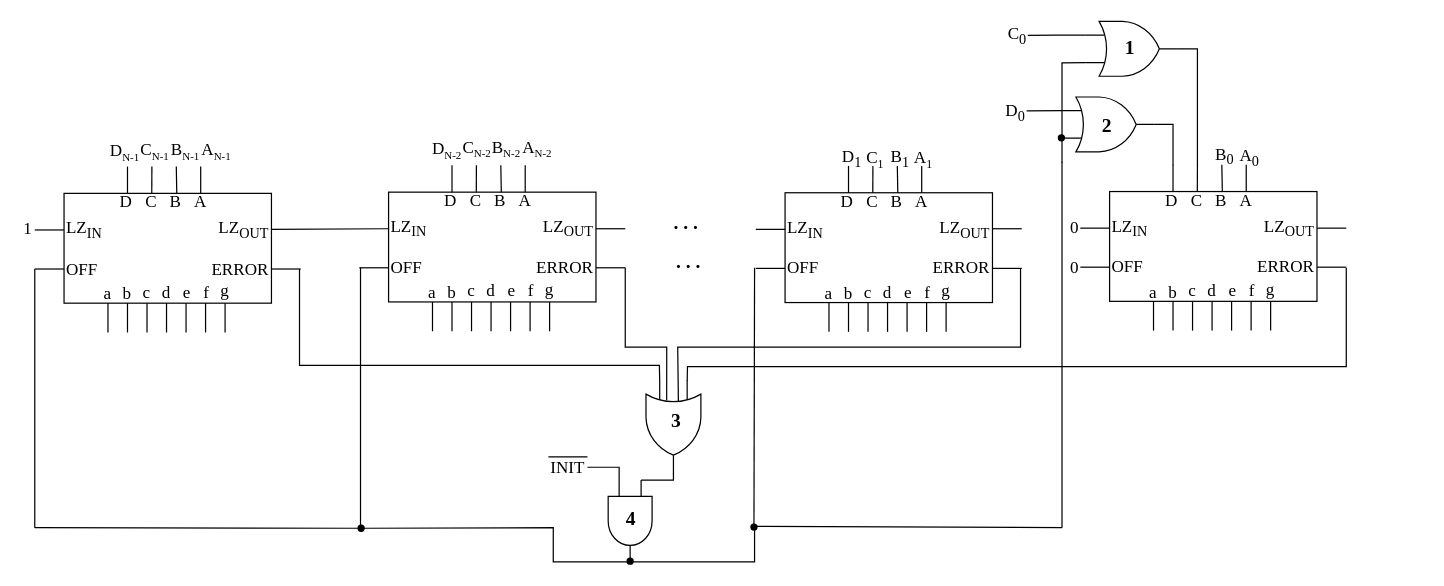
This is vezbe/02/Images/Zadatak_4/Zadatak_4c_4Digits.drawio from pznikola/digitalna_elektronika_1, a draw.io file, before an edit. Source tidied: cells renumbered, new cells numbered last; positions are measured from the earlier drawing's top-left corner, leaving out a move shared by most shapes. Both pictures are drawn from the tidied source at 122%, with x=0, y=0 at pixel (21, 21).
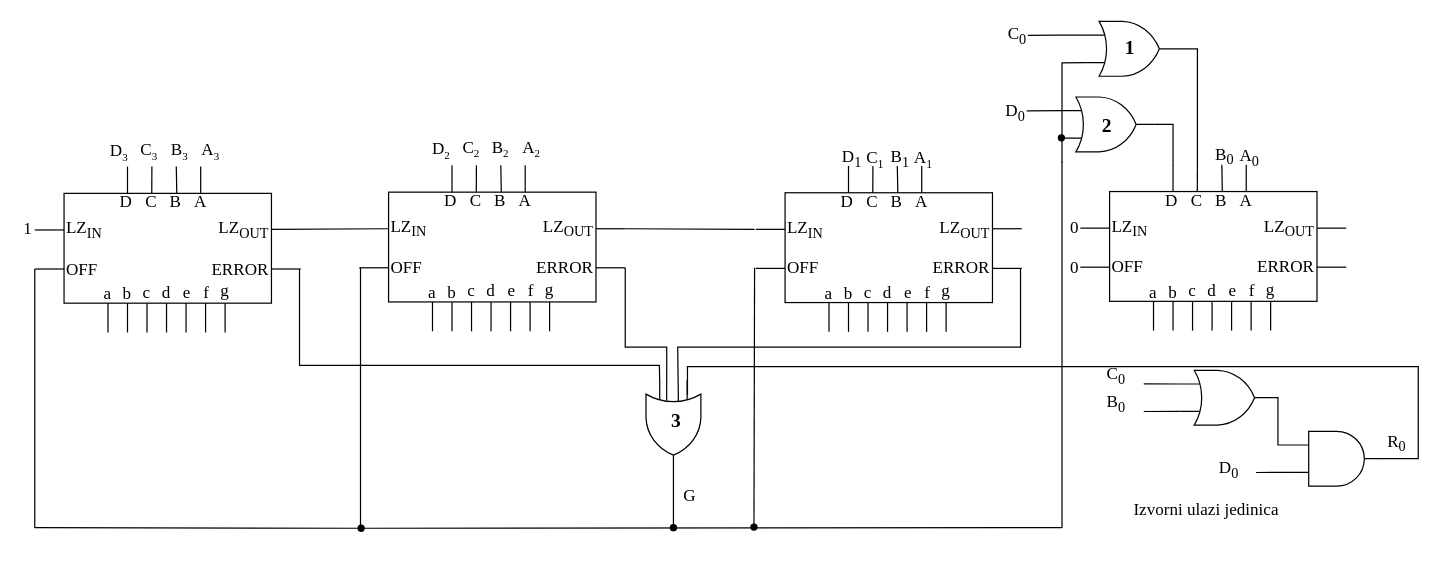
Above is the later version.

The change refers to these unchanged cells:
```xml
<mxCell id="101" style="verticalLabelPosition=bottom;shadow=0;dashed=0;align=center;html=1;verticalAlign=top;shape=mxgraph.electrical.logic_gates.logic_gate;operation=or;fontFamily=Times New Roman;fontSize=16;direction=south;points=[[0,0.5,0,0,0],[0.24,0,0,0,0],[0.51,1,0,0,0],[0.76,0,0,0,0]];" parent="1" vertex="1">
  <mxGeometry x="512" y="294" width="45" height="77" as="geometry" />
</mxCell>
<mxCell id="142" style="ellipse;whiteSpace=wrap;html=1;fillColor=#000000;" parent="1" vertex="1">
  <mxGeometry x="276" y="413" width="5" height="5" as="geometry" />
</mxCell>
```

What changed in the source:
```diff
@@
-    <mxCell id="63" value="&lt;font face=&quot;Times New Roman&quot; style=&quot;font-size: 16px;&quot;&gt;&lt;b&gt;. . .&lt;/b&gt;&lt;/font&gt;" style="text;html=1;strokeColor=none;fillColor=none;align=center;verticalAlign=middle;whiteSpace=wrap;rounded=0;" parent="1" vertex="1">
-      <mxGeometry x="515" y="150" width="60" height="30" as="geometry" />
-    </mxCell>
-    <mxCell id="64" value="&lt;font face=&quot;Times New Roman&quot; style=&quot;font-size: 16px;&quot;&gt;&lt;b&gt;. . .&lt;/b&gt;&lt;/font&gt;" style="text;html=1;strokeColor=none;fillColor=none;align=center;verticalAlign=middle;whiteSpace=wrap;rounded=0;" parent="1" vertex="1">
-      <mxGeometry x="517" y="182" width="60" height="30" as="geometry" />
-    </mxCell>
@@
-    <mxCell id="104" style="endArrow=none;html=1;rounded=0;fontFamily=Times New Roman;fontSize=16;exitX=0.004;exitY=0.249;exitDx=0;exitDy=0;exitPerimeter=0;" parent="1" edge="1" source="101">
-      <mxGeometry relative="1" as="geometry">
-        <mxPoint x="1086" y="202" as="targetPoint" />
-        <Array as="points">
-          <mxPoint x="546" y="283" />
-          <mxPoint x="1086" y="283" />
-        </Array>
-      </mxGeometry>
-    </mxCell>
@@
     <mxCell id="137" style="endArrow=none;html=1;rounded=0;fontFamily=Times New Roman;fontSize=16;startArrow=none;" parent="1" edge="1" source="142">
       <mxGeometry relative="1" as="geometry">
         <mxPoint x="853" y="415" as="targetPoint" />
-        <Array as="points">
-          <mxPoint x="436" y="415" />
-          <mxPoint x="436" y="443" />
-          <mxPoint x="601" y="443" />
-          <mxPoint x="601" y="414" />
-        </Array>
       </mxGeometry>
     </mxCell>
@@
-    <mxCell id="158" value="&lt;font face=&quot;Times New Roman&quot;&gt;D&lt;sub&gt;&lt;font style=&quot;font-size: 9px;&quot;&gt;N-1&lt;/font&gt;&lt;/sub&gt;&lt;/font&gt;" style="text;html=1;strokeColor=none;fillColor=none;align=left;verticalAlign=middle;whiteSpace=wrap;rounded=0;fontSize=14;" parent="1" vertex="1">
+    <mxCell id="158" value="&lt;font face=&quot;Times New Roman&quot;&gt;D&lt;sub&gt;&lt;font style=&quot;font-size: 9px;&quot;&gt;3&lt;/font&gt;&lt;/sub&gt;&lt;/font&gt;" style="text;html=1;strokeColor=none;fillColor=none;align=left;verticalAlign=middle;whiteSpace=wrap;rounded=0;fontSize=14;" parent="1" vertex="1">
       <mxGeometry x="71" y="97" width="26.5" height="21" as="geometry" />
     </mxCell>
@@
-    <mxCell id="163" style="ellipse;whiteSpace=wrap;html=1;fillColor=#000000;" parent="1" vertex="1">
-      <mxGeometry x="496.5" y="440" width="5" height="5" as="geometry" />
-    </mxCell>
-    <mxCell id="164" style="edgeStyle=orthogonalEdgeStyle;rounded=0;jettySize=auto;html=1;exitX=0;exitY=0.25;exitDx=0;exitDy=0;exitPerimeter=0;entryX=0.999;entryY=0.5;entryDx=0;entryDy=0;entryPerimeter=0;fontFamily=Times New Roman;fontSize=8;endArrow=none;endFill=0;" parent="1" edge="1" source="165" target="101">
-      <mxGeometry relative="1" as="geometry" />
-    </mxCell>
-    <mxCell id="165" style="verticalLabelPosition=bottom;shadow=0;dashed=0;align=center;html=1;verticalAlign=top;shape=mxgraph.electrical.logic_gates.logic_gate;operation=and;fontFamily=Times New Roman;fontSize=8;direction=south;" parent="1" vertex="1">
-      <mxGeometry x="481" y="376" width="36" height="67" as="geometry" />
-    </mxCell>
-    <mxCell id="166" style="edgeStyle=orthogonalEdgeStyle;rounded=0;jettySize=auto;html=1;exitX=1;exitY=0.5;exitDx=0;exitDy=0;entryX=0;entryY=0.75;entryDx=0;entryDy=0;entryPerimeter=0;fontFamily=Times New Roman;fontSize=8;endArrow=none;endFill=0;" parent="1" edge="1" source="167" target="165">
-      <mxGeometry relative="1" as="geometry" />
-    </mxCell>
-    <mxCell id="167" value="&lt;font face=&quot;Times New Roman&quot;&gt;INIT&lt;/font&gt;" style="text;html=1;strokeColor=none;fillColor=none;align=right;verticalAlign=middle;whiteSpace=wrap;rounded=0;fontSize=14;" parent="1" vertex="1">
-      <mxGeometry x="432" y="357" width="32" height="17" as="geometry" />
-    </mxCell>
-    <mxCell id="168" style="endArrow=none;html=1;rounded=0;fontFamily=Times New Roman;fontSize=8;exitX=0;exitY=0;exitDx=0;exitDy=0;entryX=1;entryY=0;entryDx=0;entryDy=0;" parent="1" edge="1" source="167" target="167">
-      <mxGeometry relative="1" as="geometry" />
-    </mxCell>
@@
-    <mxCell id="172" value="4" style="text;html=1;strokeColor=none;fillColor=none;align=center;verticalAlign=middle;whiteSpace=wrap;rounded=0;fontFamily=Times New Roman;fontSize=16;fontStyle=1;" parent="1" vertex="1">
-      <mxGeometry x="470" y="392" width="60" height="30" as="geometry" />
-    </mxCell>
-    <mxCell id="173" value="&lt;font face=&quot;Times New Roman&quot;&gt;C&lt;sub&gt;&lt;font style=&quot;font-size: 9px;&quot;&gt;N-1&lt;/font&gt;&lt;/sub&gt;&lt;/font&gt;" style="text;html=1;strokeColor=none;fillColor=none;align=left;verticalAlign=middle;whiteSpace=wrap;rounded=0;fontSize=14;" parent="1" vertex="1">
+    <mxCell id="173" value="&lt;font face=&quot;Times New Roman&quot;&gt;C&lt;sub&gt;&lt;font style=&quot;font-size: 9px;&quot;&gt;3&lt;/font&gt;&lt;/sub&gt;&lt;/font&gt;" style="text;html=1;strokeColor=none;fillColor=none;align=left;verticalAlign=middle;whiteSpace=wrap;rounded=0;fontSize=14;" parent="1" vertex="1">
       <mxGeometry x="96" y="96" width="26.5" height="21" as="geometry" />
     </mxCell>
-    <mxCell id="174" value="&lt;font face=&quot;Times New Roman&quot;&gt;B&lt;sub&gt;&lt;font style=&quot;font-size: 9px;&quot;&gt;N-1&lt;/font&gt;&lt;/sub&gt;&lt;/font&gt;" style="text;html=1;strokeColor=none;fillColor=none;align=left;verticalAlign=middle;whiteSpace=wrap;rounded=0;fontSize=14;" parent="1" vertex="1">
+    <mxCell id="174" value="&lt;font face=&quot;Times New Roman&quot;&gt;B&lt;sub&gt;&lt;font style=&quot;font-size: 9px;&quot;&gt;3&lt;/font&gt;&lt;/sub&gt;&lt;/font&gt;" style="text;html=1;strokeColor=none;fillColor=none;align=left;verticalAlign=middle;whiteSpace=wrap;rounded=0;fontSize=14;" parent="1" vertex="1">
       <mxGeometry x="120.5" y="96" width="26.5" height="21" as="geometry" />
     </mxCell>
-    <mxCell id="175" value="&lt;font face=&quot;Times New Roman&quot;&gt;A&lt;sub&gt;&lt;font style=&quot;font-size: 9px;&quot;&gt;N-1&lt;/font&gt;&lt;/sub&gt;&lt;/font&gt;" style="text;html=1;strokeColor=none;fillColor=none;align=left;verticalAlign=middle;whiteSpace=wrap;rounded=0;fontSize=14;" parent="1" vertex="1">
+    <mxCell id="175" value="&lt;font face=&quot;Times New Roman&quot;&gt;A&lt;sub&gt;&lt;font style=&quot;font-size: 9px;&quot;&gt;3&lt;/font&gt;&lt;/sub&gt;&lt;/font&gt;" style="text;html=1;strokeColor=none;fillColor=none;align=left;verticalAlign=middle;whiteSpace=wrap;rounded=0;fontSize=14;" parent="1" vertex="1">
       <mxGeometry x="145.5" y="96" width="26.5" height="21" as="geometry" />
     </mxCell>
-    <mxCell id="176" value="&lt;font face=&quot;Times New Roman&quot;&gt;D&lt;sub&gt;&lt;font style=&quot;font-size: 9px;&quot;&gt;N-2&lt;/font&gt;&lt;/sub&gt;&lt;/font&gt;" style="text;html=1;strokeColor=none;fillColor=none;align=left;verticalAlign=middle;whiteSpace=wrap;rounded=0;fontSize=14;" parent="1" vertex="1">
+    <mxCell id="176" value="&lt;font face=&quot;Times New Roman&quot;&gt;D&lt;sub&gt;&lt;font style=&quot;font-size: 9px;&quot;&gt;2&lt;/font&gt;&lt;/sub&gt;&lt;/font&gt;" style="text;html=1;strokeColor=none;fillColor=none;align=left;verticalAlign=middle;whiteSpace=wrap;rounded=0;fontSize=14;" parent="1" vertex="1">
       <mxGeometry x="334.5" y="95" width="26.5" height="21" as="geometry" />
     </mxCell>
-    <mxCell id="177" value="&lt;font face=&quot;Times New Roman&quot;&gt;C&lt;sub&gt;&lt;font style=&quot;font-size: 9px;&quot;&gt;N-2&lt;/font&gt;&lt;/sub&gt;&lt;/font&gt;" style="text;html=1;strokeColor=none;fillColor=none;align=left;verticalAlign=middle;whiteSpace=wrap;rounded=0;fontSize=14;" parent="1" vertex="1">
+    <mxCell id="177" value="&lt;font face=&quot;Times New Roman&quot;&gt;C&lt;sub&gt;&lt;font style=&quot;font-size: 9px;&quot;&gt;2&lt;/font&gt;&lt;/sub&gt;&lt;/font&gt;" style="text;html=1;strokeColor=none;fillColor=none;align=left;verticalAlign=middle;whiteSpace=wrap;rounded=0;fontSize=14;" parent="1" vertex="1">
       <mxGeometry x="359.5" y="94" width="26.5" height="21" as="geometry" />
     </mxCell>
-    <mxCell id="178" value="&lt;font face=&quot;Times New Roman&quot;&gt;B&lt;sub&gt;&lt;font style=&quot;font-size: 9px;&quot;&gt;N-2&lt;/font&gt;&lt;/sub&gt;&lt;/font&gt;" style="text;html=1;strokeColor=none;fillColor=none;align=left;verticalAlign=middle;whiteSpace=wrap;rounded=0;fontSize=14;" parent="1" vertex="1">
+    <mxCell id="178" value="&lt;font face=&quot;Times New Roman&quot;&gt;B&lt;sub&gt;&lt;font style=&quot;font-size: 9px;&quot;&gt;2&lt;/font&gt;&lt;/sub&gt;&lt;/font&gt;" style="text;html=1;strokeColor=none;fillColor=none;align=left;verticalAlign=middle;whiteSpace=wrap;rounded=0;fontSize=14;" parent="1" vertex="1">
       <mxGeometry x="384" y="94" width="26.5" height="21" as="geometry" />
     </mxCell>
-    <mxCell id="179" value="&lt;font face=&quot;Times New Roman&quot;&gt;A&lt;sub&gt;&lt;font style=&quot;font-size: 9px;&quot;&gt;N-2&lt;/font&gt;&lt;/sub&gt;&lt;/font&gt;" style="text;html=1;strokeColor=none;fillColor=none;align=left;verticalAlign=middle;whiteSpace=wrap;rounded=0;fontSize=14;" parent="1" vertex="1">
+    <mxCell id="179" value="&lt;font face=&quot;Times New Roman&quot;&gt;A&lt;sub&gt;&lt;font style=&quot;font-size: 9px;&quot;&gt;2&lt;/font&gt;&lt;/sub&gt;&lt;/font&gt;" style="text;html=1;strokeColor=none;fillColor=none;align=left;verticalAlign=middle;whiteSpace=wrap;rounded=0;fontSize=14;" parent="1" vertex="1">
       <mxGeometry x="409" y="94" width="26.5" height="21" as="geometry" />
     </mxCell>
+    <mxCell id="180" style="endArrow=none;html=1;rounded=0;" parent="1" edge="1">
+      <mxGeometry relative="1" as="geometry">
+        <mxPoint x="534.5" y="371" as="sourcePoint" />
+        <mxPoint x="534.5" y="415" as="targetPoint" />
+      </mxGeometry>
+    </mxCell>
+    <mxCell id="181" style="ellipse;html=1;fillColor=#000000;strokeColor=#000000;" parent="1" vertex="1">
+      <mxGeometry x="532" y="412.5" width="5" height="5" as="geometry" />
+    </mxCell>
+    <mxCell id="182" style="endArrow=none;html=1;rounded=0;" parent="1" edge="1">
+      <mxGeometry relative="1" as="geometry">
+        <mxPoint x="495" y="170" as="sourcePoint" />
+        <mxPoint x="601" y="170.5" as="targetPoint" />
+      </mxGeometry>
+    </mxCell>
+    <mxCell id="183" value="G" style="text;html=1;strokeColor=none;fillColor=none;align=left;verticalAlign=middle;fontFamily=Times New Roman;fontSize=14;" parent="1" vertex="1">
+      <mxGeometry x="541" y="380" width="24" height="20" as="geometry" />
+    </mxCell>
+    <mxCell id="184" style="shape=mxgraph.electrical.logic_gates.logic_gate;html=1;fontFamily=Times New Roman;fontSize=14;operation=or;" parent="1" vertex="1">
+      <mxGeometry x="950" y="286" width="76" height="45" as="geometry" />
+    </mxCell>
+    <mxCell id="185" style="shape=mxgraph.electrical.logic_gates.logic_gate;html=1;fontFamily=Times New Roman;fontSize=14;operation=and;" parent="1" vertex="1">
+      <mxGeometry x="1040" y="336" width="76" height="45" as="geometry" />
+    </mxCell>
+    <mxCell id="186" value="C&lt;sub&gt;0&lt;/sub&gt;" style="text;html=1;strokeColor=none;fillColor=none;align=left;verticalAlign=middle;fontFamily=Times New Roman;fontSize=14;" parent="1" vertex="1">
+      <mxGeometry x="888" y="281" width="32" height="20" as="geometry" />
+    </mxCell>
+    <mxCell id="187" value="B&lt;sub&gt;0&lt;/sub&gt;" style="text;html=1;strokeColor=none;fillColor=none;align=left;verticalAlign=middle;fontFamily=Times New Roman;fontSize=14;" parent="1" vertex="1">
+      <mxGeometry x="888" y="304" width="32" height="20" as="geometry" />
+    </mxCell>
+    <mxCell id="188" value="D&lt;sub&gt;0&lt;/sub&gt;" style="text;html=1;strokeColor=none;fillColor=none;align=left;verticalAlign=middle;fontFamily=Times New Roman;fontSize=14;" parent="1" vertex="1">
+      <mxGeometry x="980" y="358" width="32" height="20" as="geometry" />
+    </mxCell>
+    <mxCell id="189" style="endArrow=none;html=1;rounded=0;entryX=0;entryY=0.25;entryPerimeter=0;" parent="1" edge="1" target="184">
+      <mxGeometry relative="1" as="geometry">
+        <mxPoint x="920" y="297.2" as="sourcePoint" />
+      </mxGeometry>
+    </mxCell>
+    <mxCell id="190" style="endArrow=none;html=1;rounded=0;entryX=0;entryY=0.75;entryPerimeter=0;" parent="1" edge="1" target="184">
+      <mxGeometry relative="1" as="geometry">
+        <mxPoint x="920" y="319.8" as="sourcePoint" />
+      </mxGeometry>
+    </mxCell>
+    <mxCell id="191" style="endArrow=none;html=1;rounded=0;exitX=1;exitY=0.5;entryX=0;entryY=0.25;entryPerimeter=0;" parent="1" edge="1" source="184" target="185">
+      <mxGeometry relative="1" as="geometry">
+        <Array as="points">
+          <mxPoint x="1030" y="308.5" />
+          <mxPoint x="1030" y="347.2" />
+        </Array>
+      </mxGeometry>
+    </mxCell>
+    <mxCell id="192" style="endArrow=none;html=1;rounded=0;entryX=0;entryY=0.75;entryPerimeter=0;" parent="1" edge="1" target="185">
+      <mxGeometry relative="1" as="geometry">
+        <mxPoint x="1012" y="369.8" as="sourcePoint" />
+      </mxGeometry>
+    </mxCell>
+    <mxCell id="193" style="endArrow=none;html=1;rounded=0;exitX=1;exitY=0.5;" parent="1" edge="1" source="185">
+      <mxGeometry relative="1" as="geometry">
+        <mxPoint x="546" y="306" as="targetPoint" />
+        <Array as="points">
+          <mxPoint x="1145" y="358.5" />
+          <mxPoint x="1145" y="283" />
+          <mxPoint x="546" y="283" />
+        </Array>
+      </mxGeometry>
+    </mxCell>
+    <mxCell id="194" value="R&lt;sub&gt;0&lt;/sub&gt;" style="text;html=1;strokeColor=none;fillColor=none;align=left;verticalAlign=middle;fontFamily=Times New Roman;fontSize=14;" parent="1" vertex="1">
+      <mxGeometry x="1118" y="336" width="32" height="20" as="geometry" />
+    </mxCell>
+    <mxCell id="195" value="Izvorni ulazi jedinica" style="text;html=1;strokeColor=none;fillColor=none;align=left;verticalAlign=middle;fontFamily=Times New Roman;fontSize=14;" parent="1" vertex="1">
+      <mxGeometry x="910" y="391" width="210" height="20" as="geometry" />
+    </mxCell>
```
